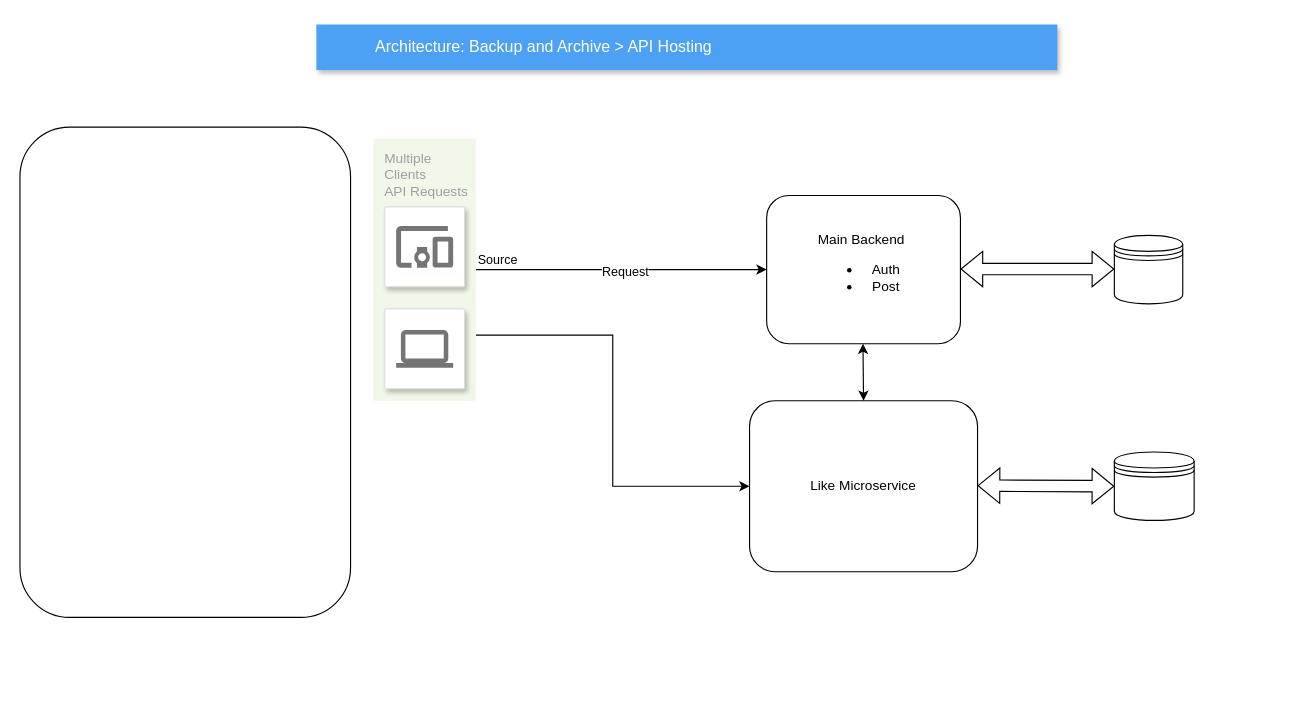
Before: architecture/Untitled Diagram.drawio in pnaskardev/Likes-Service-v1, a draw.io diagram. Source tidied: cells renumbered, new cells numbered last; positions are measured from the earlier drawing's top-left corner, leaving out a move shared by most shapes. Both pictures are drawn from the tidied source at 114%, with x=0, y=0 at pixel (19, 24).
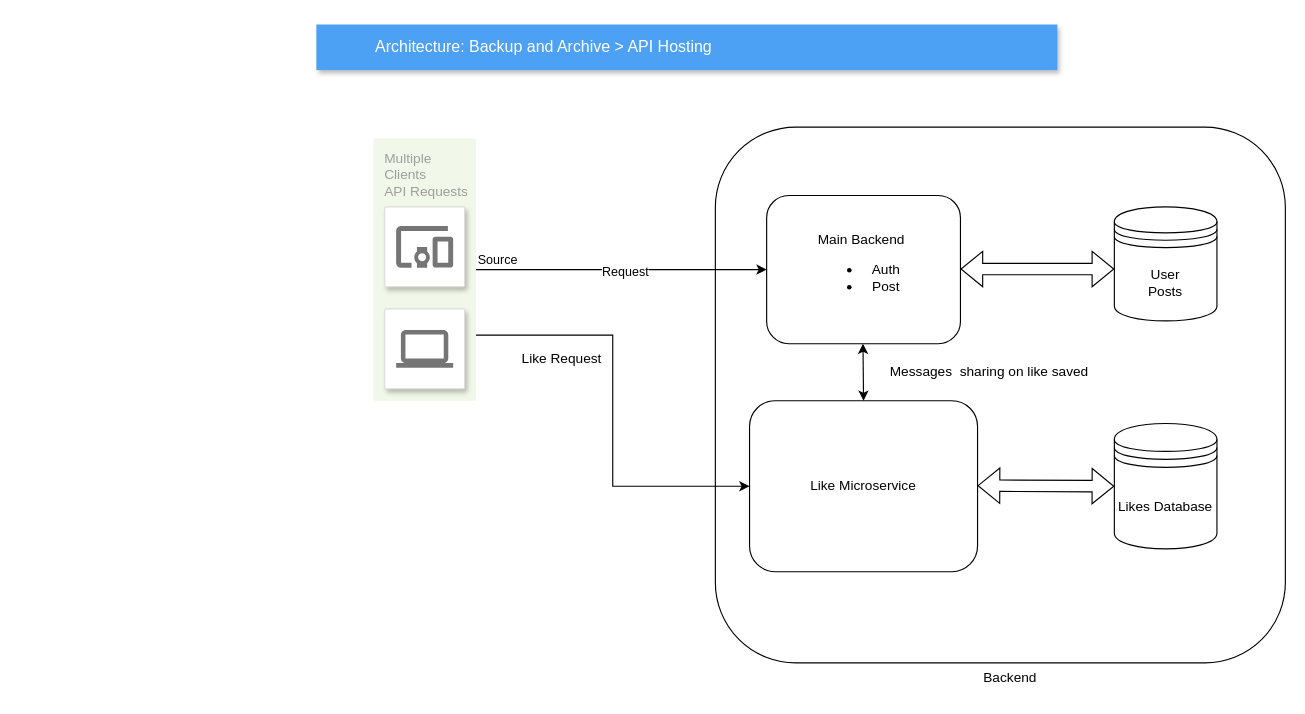
Above is the later version.

What changed in the source:
```diff
@@
     <mxCell id="14" style="rounded=1;whiteSpace=wrap;html=1;fillColor=none;" parent="1" vertex="1">
-      <mxGeometry y="90" width="290" height="430" as="geometry" />
+      <mxGeometry x="610" y="90" width="500" height="470" as="geometry" />
     </mxCell>
@@
-    <mxCell id="17" style="shape=datastore;whiteSpace=wrap;html=1;" parent="1" vertex="1">
-      <mxGeometry x="960" y="375" width="70" height="60" as="geometry" />
+    <mxCell id="17" value="Likes Database" style="shape=datastore;whiteSpace=wrap;html=1;" parent="1" vertex="1">
+      <mxGeometry x="960" y="350" width="90" height="110" as="geometry" />
     </mxCell>
-    <mxCell id="18" style="shape=datastore;whiteSpace=wrap;html=1;" parent="1" vertex="1">
-      <mxGeometry x="960" y="185" width="60" height="60" as="geometry" />
+    <mxCell id="18" value="User&lt;br&gt;Posts" style="shape=datastore;whiteSpace=wrap;html=1;" parent="1" vertex="1">
+      <mxGeometry x="960" y="160" width="90" height="100" as="geometry" />
     </mxCell>
@@
+    <mxCell id="21" value="Messages&amp;nbsp; sharing on like saved&lt;br&gt;" style="text;html=1;align=center;verticalAlign=middle;strokeColor=none;fillColor=none;" parent="1" vertex="1">
+      <mxGeometry x="750" y="290" width="200" height="30" as="geometry" />
+    </mxCell>
+    <mxCell id="22" value="Like Request" style="text;html=1;align=center;verticalAlign=middle;strokeColor=none;fillColor=none;" parent="1" vertex="1">
+      <mxGeometry x="430" y="278" width="90" height="30" as="geometry" />
+    </mxCell>
+    <mxCell id="23" value="Backend&amp;nbsp;" style="text;html=1;align=center;verticalAlign=middle;strokeColor=none;fillColor=none;" parent="1" vertex="1">
+      <mxGeometry x="835" y="558" width="70" height="30" as="geometry" />
+    </mxCell>
```
